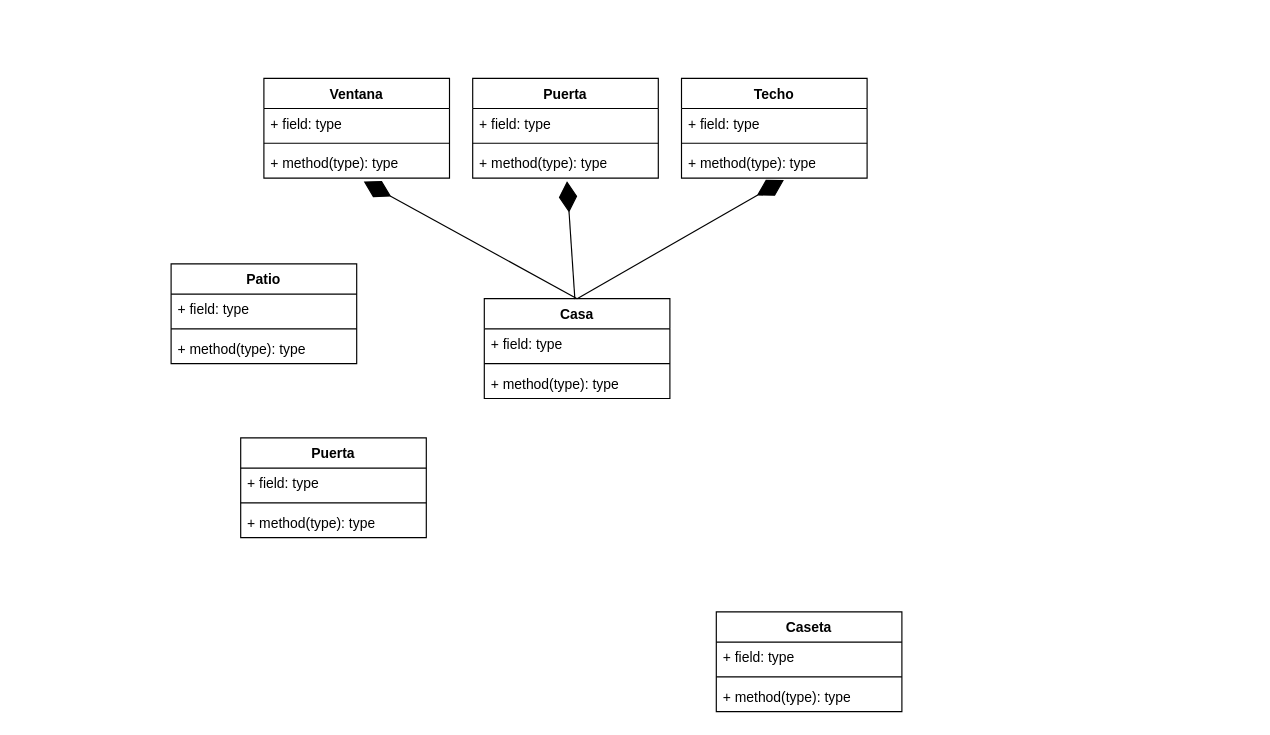
This is Prototipo/Casa/Clases_Casa.drawio from Fabiancipher/ModelosDeProgramacion, a draw.io file, before an edit. Source tidied: cells renumbered, new cells numbered last; positions are measured from the earlier drawing's top-left corner, leaving out a move shared by most shapes. Both pictures are drawn from the tidied source at 116%, with x=0, y=0 at pixel (171, 78).
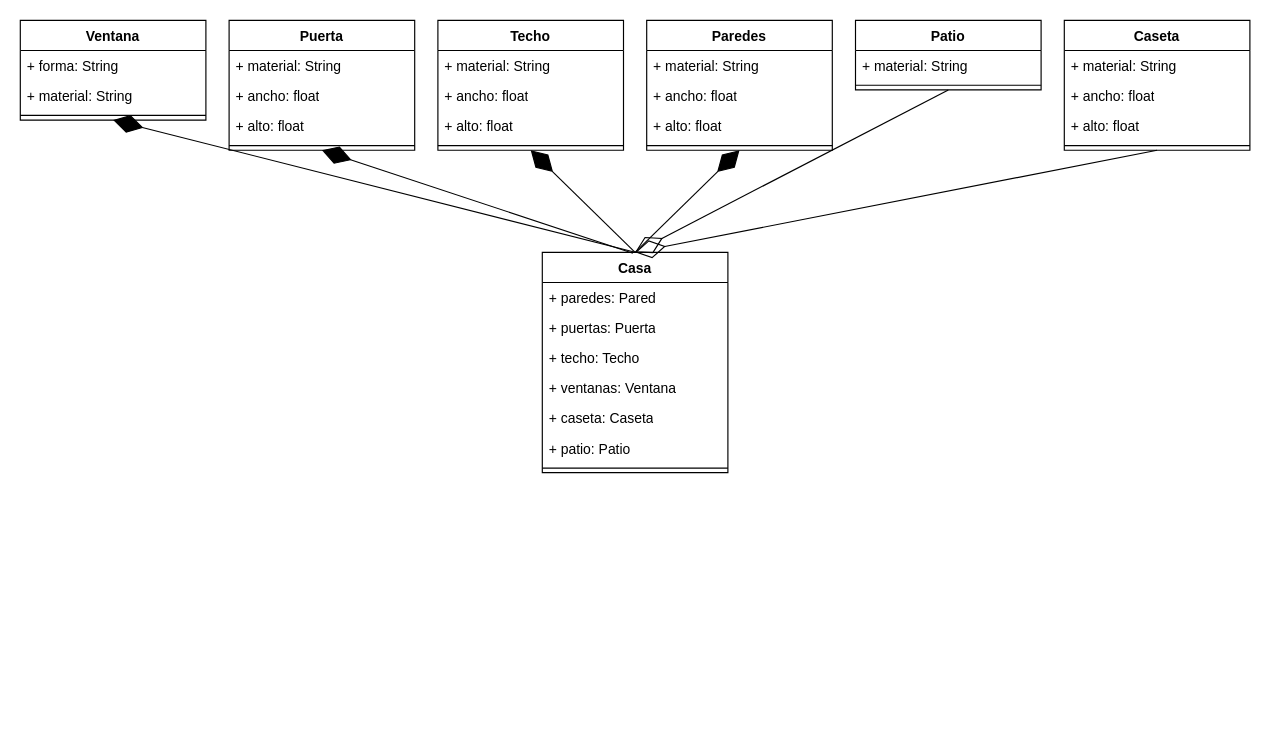
After the change.

What changed in the source:
```diff
@@
     <mxCell id="2" value="Ventana" style="swimlane;fontStyle=1;align=center;verticalAlign=top;horizontal=1;startSize=26;whiteSpace=wrap;html=1;" parent="1" vertex="1">
-      <mxGeometry x="80" width="160" height="86" as="geometry" />
+      <mxGeometry x="-130" y="-50" width="160" height="86" as="geometry" />
     </mxCell>
-    <mxCell id="3" value="+ field: type" style="text;strokeColor=none;fillColor=none;align=left;verticalAlign=top;spacingLeft=4;spacingRight=4;overflow=hidden;whiteSpace=wrap;html=1;" parent="2" vertex="1">
+    <mxCell id="3" value="+ forma: String" style="text;strokeColor=none;fillColor=none;align=left;verticalAlign=top;spacingLeft=4;spacingRight=4;overflow=hidden;whiteSpace=wrap;html=1;" parent="2" vertex="1">
       <mxGeometry y="26" width="160" height="26" as="geometry" />
     </mxCell>
+    <mxCell id="33" value="+ material: String" style="text;strokeColor=none;fillColor=none;align=left;verticalAlign=top;spacingLeft=4;spacingRight=4;overflow=hidden;whiteSpace=wrap;html=1;" parent="2" vertex="1">
+      <mxGeometry y="52" width="160" height="26" as="geometry" />
+    </mxCell>
     <mxCell id="4" style="line;strokeWidth=1;fillColor=none;align=left;verticalAlign=middle;spacingTop=-1;spacingLeft=3;spacingRight=3;labelPosition=right;strokeColor=inherit;" parent="2" vertex="1">
-      <mxGeometry y="52" width="160" height="8" as="geometry" />
+      <mxGeometry y="78" width="160" height="8" as="geometry" />
     </mxCell>
-    <mxCell id="5" value="+ method(type): type" style="text;strokeColor=none;fillColor=none;align=left;verticalAlign=top;spacingLeft=4;spacingRight=4;overflow=hidden;points=[[0,0.5],[1,0.5]];portConstraint=eastwest;whiteSpace=wrap;html=1;" parent="2" vertex="1">
-      <mxGeometry y="60" width="160" height="26" as="geometry" />
-    </mxCell>
     <mxCell id="6" value="Puerta" style="swimlane;fontStyle=1;align=center;verticalAlign=top;horizontal=1;startSize=26;whiteSpace=wrap;html=1;" parent="1" vertex="1">
-      <mxGeometry x="260" width="160" height="86" as="geometry" />
+      <mxGeometry x="50" y="-50" width="160" height="112" as="geometry" />
     </mxCell>
-    <mxCell id="7" value="+ field: type" style="text;strokeColor=none;fillColor=none;align=left;verticalAlign=top;spacingLeft=4;spacingRight=4;overflow=hidden;whiteSpace=wrap;html=1;" parent="6" vertex="1">
+    <mxCell id="7" value="+ material: String" style="text;strokeColor=none;fillColor=none;align=left;verticalAlign=top;spacingLeft=4;spacingRight=4;overflow=hidden;whiteSpace=wrap;html=1;" parent="6" vertex="1">
       <mxGeometry y="26" width="160" height="26" as="geometry" />
     </mxCell>
+    <mxCell id="34" value="+ ancho: float" style="text;strokeColor=none;fillColor=none;align=left;verticalAlign=top;spacingLeft=4;spacingRight=4;overflow=hidden;whiteSpace=wrap;html=1;" parent="6" vertex="1">
+      <mxGeometry y="52" width="160" height="26" as="geometry" />
+    </mxCell>
+    <mxCell id="35" value="+ alto: float" style="text;strokeColor=none;fillColor=none;align=left;verticalAlign=top;spacingLeft=4;spacingRight=4;overflow=hidden;whiteSpace=wrap;html=1;" parent="6" vertex="1">
+      <mxGeometry y="78" width="160" height="26" as="geometry" />
+    </mxCell>
     <mxCell id="8" style="line;strokeWidth=1;fillColor=none;align=left;verticalAlign=middle;spacingTop=-1;spacingLeft=3;spacingRight=3;labelPosition=right;strokeColor=inherit;" parent="6" vertex="1">
-      <mxGeometry y="52" width="160" height="8" as="geometry" />
+      <mxGeometry y="104" width="160" height="8" as="geometry" />
     </mxCell>
-    <mxCell id="9" value="+ method(type): type" style="text;strokeColor=none;fillColor=none;align=left;verticalAlign=top;spacingLeft=4;spacingRight=4;overflow=hidden;points=[[0,0.5],[1,0.5]];portConstraint=eastwest;whiteSpace=wrap;html=1;" parent="6" vertex="1">
-      <mxGeometry y="60" width="160" height="26" as="geometry" />
-    </mxCell>
     <mxCell id="10" value="Techo" style="swimlane;fontStyle=1;align=center;verticalAlign=top;horizontal=1;startSize=26;whiteSpace=wrap;html=1;" parent="1" vertex="1">
-      <mxGeometry x="440" width="160" height="86" as="geometry" />
+      <mxGeometry x="230" y="-50" width="160" height="112" as="geometry" />
     </mxCell>
+    <mxCell id="36" value="+ material: String" style="text;strokeColor=none;fillColor=none;align=left;verticalAlign=top;spacingLeft=4;spacingRight=4;overflow=hidden;whiteSpace=wrap;html=1;" parent="10" vertex="1">
+      <mxGeometry y="26" width="160" height="26" as="geometry" />
+    </mxCell>
-    <mxCell id="11" value="+ field: type" style="text;strokeColor=none;fillColor=none;align=left;verticalAlign=top;spacingLeft=4;spacingRight=4;overflow=hidden;whiteSpace=wrap;html=1;" parent="10" vertex="1">
-      <mxGeometry y="26" width="160" height="26" as="geometry" />
+    <mxCell id="11" value="+ ancho: float" style="text;strokeColor=none;fillColor=none;align=left;verticalAlign=top;spacingLeft=4;spacingRight=4;overflow=hidden;whiteSpace=wrap;html=1;" parent="10" vertex="1">
+      <mxGeometry y="52" width="160" height="26" as="geometry" />
     </mxCell>
+    <mxCell id="37" value="+ alto: float" style="text;strokeColor=none;fillColor=none;align=left;verticalAlign=top;spacingLeft=4;spacingRight=4;overflow=hidden;whiteSpace=wrap;html=1;" parent="10" vertex="1">
+      <mxGeometry y="78" width="160" height="26" as="geometry" />
+    </mxCell>
     <mxCell id="12" style="line;strokeWidth=1;fillColor=none;align=left;verticalAlign=middle;spacingTop=-1;spacingLeft=3;spacingRight=3;labelPosition=right;strokeColor=inherit;" parent="10" vertex="1">
-      <mxGeometry y="52" width="160" height="8" as="geometry" />
+      <mxGeometry y="104" width="160" height="8" as="geometry" />
     </mxCell>
-    <mxCell id="13" value="+ method(type): type" style="text;strokeColor=none;fillColor=none;align=left;verticalAlign=top;spacingLeft=4;spacingRight=4;overflow=hidden;points=[[0,0.5],[1,0.5]];portConstraint=eastwest;whiteSpace=wrap;html=1;" parent="10" vertex="1">
-      <mxGeometry y="60" width="160" height="26" as="geometry" />
-    </mxCell>
     <mxCell id="14" value="Patio" style="swimlane;fontStyle=1;align=center;verticalAlign=top;horizontal=1;startSize=26;whiteSpace=wrap;html=1;" parent="1" vertex="1">
-      <mxGeometry y="160" width="160" height="86" as="geometry" />
+      <mxGeometry x="590" y="-50" width="160" height="60" as="geometry" />
     </mxCell>
-    <mxCell id="15" value="+ field: type" style="text;strokeColor=none;fillColor=none;align=left;verticalAlign=top;spacingLeft=4;spacingRight=4;overflow=hidden;whiteSpace=wrap;html=1;" parent="14" vertex="1">
+    <mxCell id="15" value="+ material: String" style="text;strokeColor=none;fillColor=none;align=left;verticalAlign=top;spacingLeft=4;spacingRight=4;overflow=hidden;whiteSpace=wrap;html=1;" parent="14" vertex="1">
       <mxGeometry y="26" width="160" height="26" as="geometry" />
     </mxCell>
@@
-    <mxCell id="17" value="+ method(type): type" style="text;strokeColor=none;fillColor=none;align=left;verticalAlign=top;spacingLeft=4;spacingRight=4;overflow=hidden;whiteSpace=wrap;html=1;" parent="14" vertex="1">
-      <mxGeometry y="60" width="160" height="26" as="geometry" />
-    </mxCell>
     <mxCell id="18" value="Caseta" style="swimlane;fontStyle=1;align=center;verticalAlign=top;horizontal=1;startSize=26;whiteSpace=wrap;html=1;" parent="1" vertex="1">
-      <mxGeometry x="470" y="460" width="160" height="86" as="geometry" />
+      <mxGeometry x="770" y="-50" width="160" height="112" as="geometry" />
     </mxCell>
-    <mxCell id="19" value="+ field: type" style="text;strokeColor=none;fillColor=none;align=left;verticalAlign=top;spacingLeft=4;spacingRight=4;overflow=hidden;whiteSpace=wrap;html=1;" parent="18" vertex="1">
+    <mxCell id="19" value="+ material: String" style="text;strokeColor=none;fillColor=none;align=left;verticalAlign=top;spacingLeft=4;spacingRight=4;overflow=hidden;whiteSpace=wrap;html=1;" parent="18" vertex="1">
       <mxGeometry y="26" width="160" height="26" as="geometry" />
     </mxCell>
+    <mxCell id="38" value="+ ancho: float" style="text;strokeColor=none;fillColor=none;align=left;verticalAlign=top;spacingLeft=4;spacingRight=4;overflow=hidden;whiteSpace=wrap;html=1;" parent="18" vertex="1">
+      <mxGeometry y="52" width="160" height="26" as="geometry" />
+    </mxCell>
+    <mxCell id="39" value="+ alto: float" style="text;strokeColor=none;fillColor=none;align=left;verticalAlign=top;spacingLeft=4;spacingRight=4;overflow=hidden;whiteSpace=wrap;html=1;" parent="18" vertex="1">
+      <mxGeometry y="78" width="160" height="26" as="geometry" />
+    </mxCell>
     <mxCell id="20" style="line;strokeWidth=1;fillColor=none;align=left;verticalAlign=middle;spacingTop=-1;spacingLeft=3;spacingRight=3;labelPosition=right;strokeColor=inherit;" parent="18" vertex="1">
-      <mxGeometry y="52" width="160" height="8" as="geometry" />
+      <mxGeometry y="104" width="160" height="8" as="geometry" />
     </mxCell>
-    <mxCell id="21" value="+ method(type): type" style="text;strokeColor=none;fillColor=none;align=left;verticalAlign=top;spacingLeft=4;spacingRight=4;overflow=hidden;whiteSpace=wrap;html=1;" parent="18" vertex="1">
-      <mxGeometry y="60" width="160" height="26" as="geometry" />
-    </mxCell>
-    <mxCell id="22" value="Puerta" style="swimlane;fontStyle=1;align=center;verticalAlign=top;horizontal=1;startSize=26;whiteSpace=wrap;html=1;" parent="1" vertex="1">
-      <mxGeometry x="60" y="310" width="160" height="86" as="geometry" />
-    </mxCell>
-    <mxCell id="23" value="+ field: type" style="text;strokeColor=none;fillColor=none;align=left;verticalAlign=top;spacingLeft=4;spacingRight=4;overflow=hidden;whiteSpace=wrap;html=1;" parent="22" vertex="1">
-      <mxGeometry y="26" width="160" height="26" as="geometry" />
-    </mxCell>
-    <mxCell id="24" style="line;strokeWidth=1;fillColor=none;align=left;verticalAlign=middle;spacingTop=-1;spacingLeft=3;spacingRight=3;labelPosition=right;strokeColor=inherit;" parent="22" vertex="1">
-      <mxGeometry y="52" width="160" height="8" as="geometry" />
-    </mxCell>
-    <mxCell id="25" value="+ method(type): type" style="text;strokeColor=none;fillColor=none;align=left;verticalAlign=top;spacingLeft=4;spacingRight=4;overflow=hidden;whiteSpace=wrap;html=1;" parent="22" vertex="1">
-      <mxGeometry y="60" width="160" height="26" as="geometry" />
-    </mxCell>
     <mxCell id="26" value="Casa" style="swimlane;fontStyle=1;align=center;verticalAlign=top;horizontal=1;startSize=26;whiteSpace=wrap;html=1;" parent="1" vertex="1">
-      <mxGeometry x="270" y="190" width="160" height="86" as="geometry" />
+      <mxGeometry x="320" y="150" width="160" height="190" as="geometry" />
     </mxCell>
-    <mxCell id="27" value="+ field: type" style="text;strokeColor=none;fillColor=none;align=left;verticalAlign=top;spacingLeft=4;spacingRight=4;overflow=hidden;whiteSpace=wrap;html=1;" parent="26" vertex="1">
+    <mxCell id="27" value="+ paredes: Pared" style="text;strokeColor=none;fillColor=none;align=left;verticalAlign=top;spacingLeft=4;spacingRight=4;overflow=hidden;whiteSpace=wrap;html=1;" parent="26" vertex="1">
       <mxGeometry y="26" width="160" height="26" as="geometry" />
     </mxCell>
+    <mxCell id="40" value="+ puertas: Puerta" style="text;strokeColor=none;fillColor=none;align=left;verticalAlign=top;spacingLeft=4;spacingRight=4;overflow=hidden;whiteSpace=wrap;html=1;" parent="26" vertex="1">
+      <mxGeometry y="52" width="160" height="26" as="geometry" />
+    </mxCell>
+    <mxCell id="41" value="+ techo: Techo" style="text;strokeColor=none;fillColor=none;align=left;verticalAlign=top;spacingLeft=4;spacingRight=4;overflow=hidden;whiteSpace=wrap;html=1;" parent="26" vertex="1">
+      <mxGeometry y="78" width="160" height="26" as="geometry" />
+    </mxCell>
+    <mxCell id="42" value="+ ventanas: Ventana" style="text;strokeColor=none;fillColor=none;align=left;verticalAlign=top;spacingLeft=4;spacingRight=4;overflow=hidden;whiteSpace=wrap;html=1;" parent="26" vertex="1">
+      <mxGeometry y="104" width="160" height="26" as="geometry" />
+    </mxCell>
+    <mxCell id="43" value="+ caseta: Caseta" style="text;strokeColor=none;fillColor=none;align=left;verticalAlign=top;spacingLeft=4;spacingRight=4;overflow=hidden;whiteSpace=wrap;html=1;" parent="26" vertex="1">
+      <mxGeometry y="130" width="160" height="26" as="geometry" />
+    </mxCell>
+    <mxCell id="44" value="+ patio: Patio" style="text;strokeColor=none;fillColor=none;align=left;verticalAlign=top;spacingLeft=4;spacingRight=4;overflow=hidden;whiteSpace=wrap;html=1;" parent="26" vertex="1">
+      <mxGeometry y="156" width="160" height="26" as="geometry" />
+    </mxCell>
     <mxCell id="28" style="line;strokeWidth=1;fillColor=none;align=left;verticalAlign=middle;spacingTop=-1;spacingLeft=3;spacingRight=3;labelPosition=right;strokeColor=inherit;" parent="26" vertex="1">
-      <mxGeometry y="52" width="160" height="8" as="geometry" />
+      <mxGeometry y="182" width="160" height="8" as="geometry" />
     </mxCell>
-    <mxCell id="29" value="+ method(type): type" style="text;strokeColor=none;fillColor=none;align=left;verticalAlign=top;spacingLeft=4;spacingRight=4;overflow=hidden;whiteSpace=wrap;html=1;" parent="26" vertex="1">
-      <mxGeometry y="60" width="160" height="26" as="geometry" />
-    </mxCell>
-    <mxCell id="30" style="endArrow=diamondThin;endFill=1;endSize=24;html=1;rounded=0;exitX=0.5;exitY=0;exitDx=0;exitDy=0;entryX=0.538;entryY=1.115;entryDx=0;entryDy=0;entryPerimeter=0;" parent="1" edge="1" source="26" target="5">
+    <mxCell id="30" style="endArrow=diamondThin;endFill=1;endSize=24;html=1;rounded=0;exitX=0.5;exitY=0;exitDx=0;exitDy=0;entryX=0.5;entryY=1;entryDx=0;entryDy=0;" parent="1" edge="1" source="26" target="2">
       <mxGeometry relative="1" as="geometry" />
     </mxCell>
-    <mxCell id="31" style="endArrow=diamondThin;endFill=1;endSize=24;html=1;rounded=0;exitX=0.488;exitY=0.004;exitDx=0;exitDy=0;entryX=0.508;entryY=1.103;entryDx=0;entryDy=0;entryPerimeter=0;exitPerimeter=0;" parent="1" edge="1" source="26" target="9">
+    <mxCell id="31" style="endArrow=diamondThin;endFill=1;endSize=24;html=1;rounded=0;exitX=0.488;exitY=0.004;exitDx=0;exitDy=0;entryX=0.5;entryY=1;entryDx=0;entryDy=0;exitPerimeter=0;" parent="1" edge="1" source="26" target="6">
       <mxGeometry relative="1" as="geometry" />
     </mxCell>
-    <mxCell id="32" style="endArrow=diamondThin;endFill=1;endSize=24;html=1;rounded=0;exitX=0.5;exitY=0;exitDx=0;exitDy=0;entryX=0.552;entryY=1.064;entryDx=0;entryDy=0;entryPerimeter=0;" parent="1" edge="1" source="26" target="13">
+    <mxCell id="32" style="endArrow=diamondThin;endFill=1;endSize=24;html=1;rounded=0;exitX=0.5;exitY=0;exitDx=0;exitDy=0;entryX=0.5;entryY=1;entryDx=0;entryDy=0;" parent="1" edge="1" source="26" target="10">
       <mxGeometry relative="1" as="geometry" />
     </mxCell>
+    <mxCell id="45" style="endArrow=diamondThin;endFill=0;endSize=24;html=1;rounded=0;exitX=0.5;exitY=1;exitDx=0;exitDy=0;entryX=0.5;entryY=0;entryDx=0;entryDy=0;" parent="1" edge="1" source="14" target="26">
+      <mxGeometry relative="1" as="geometry" />
+    </mxCell>
+    <mxCell id="46" style="endArrow=diamondThin;endFill=0;endSize=24;html=1;rounded=0;exitX=0.5;exitY=1;exitDx=0;exitDy=0;entryX=0.5;entryY=0;entryDx=0;entryDy=0;" parent="1" edge="1" source="18" target="26">
+      <mxGeometry relative="1" as="geometry" />
+    </mxCell>
+    <mxCell id="47" value="Paredes" style="swimlane;fontStyle=1;align=center;verticalAlign=top;horizontal=1;startSize=26;whiteSpace=wrap;html=1;" parent="1" vertex="1">
+      <mxGeometry x="410" y="-50" width="160" height="112" as="geometry" />
+    </mxCell>
+    <mxCell id="48" value="+ material: String" style="text;strokeColor=none;fillColor=none;align=left;verticalAlign=top;spacingLeft=4;spacingRight=4;overflow=hidden;whiteSpace=wrap;html=1;" parent="47" vertex="1">
+      <mxGeometry y="26" width="160" height="26" as="geometry" />
+    </mxCell>
+    <mxCell id="49" value="+ ancho: float" style="text;strokeColor=none;fillColor=none;align=left;verticalAlign=top;spacingLeft=4;spacingRight=4;overflow=hidden;whiteSpace=wrap;html=1;" parent="47" vertex="1">
+      <mxGeometry y="52" width="160" height="26" as="geometry" />
+    </mxCell>
+    <mxCell id="50" value="+ alto: float" style="text;strokeColor=none;fillColor=none;align=left;verticalAlign=top;spacingLeft=4;spacingRight=4;overflow=hidden;whiteSpace=wrap;html=1;" parent="47" vertex="1">
+      <mxGeometry y="78" width="160" height="26" as="geometry" />
+    </mxCell>
+    <mxCell id="51" style="line;strokeWidth=1;fillColor=none;align=left;verticalAlign=middle;spacingTop=-1;spacingLeft=3;spacingRight=3;labelPosition=right;strokeColor=inherit;" parent="47" vertex="1">
+      <mxGeometry y="104" width="160" height="8" as="geometry" />
+    </mxCell>
+    <mxCell id="52" style="endArrow=diamondThin;endFill=1;endSize=24;html=1;rounded=0;exitX=0.5;exitY=0;exitDx=0;exitDy=0;entryX=0.5;entryY=1;entryDx=0;entryDy=0;" parent="1" edge="1" source="26" target="47">
+      <mxGeometry relative="1" as="geometry" />
+    </mxCell>
```
